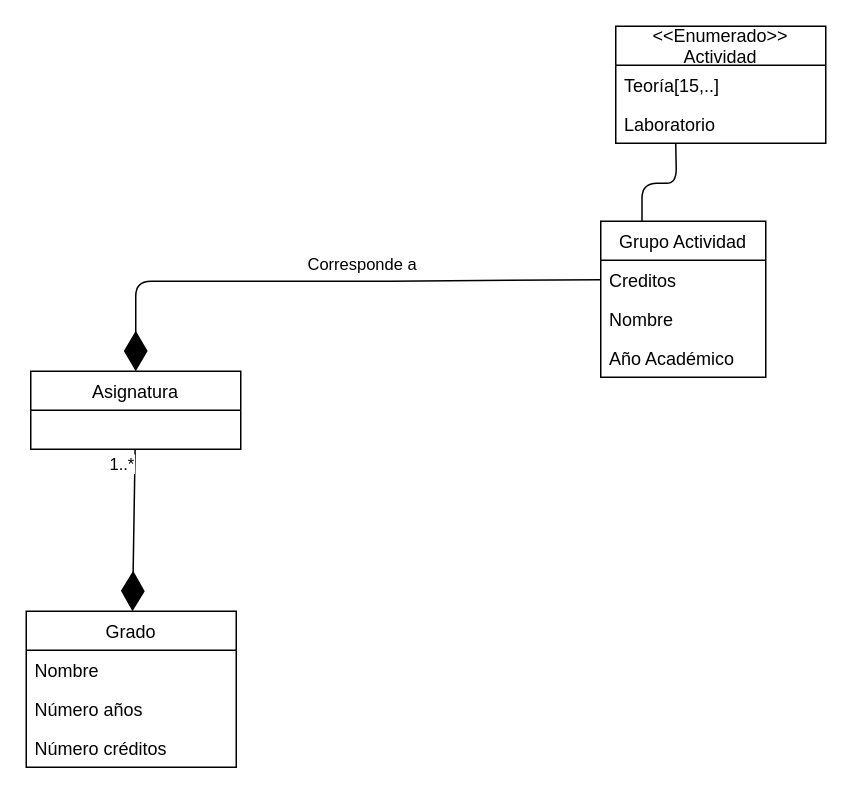
juanlo017/GUZZY keeps this draw.io diagram as page "Gestion de Grados" (5 of 5) of entregable1IISSI.drawio. Above is the earlier version. Source tidied: cells renumbered, new cells numbered last; positions are measured from the earlier drawing's top-left corner, leaving out a move shared by most shapes. Both pictures are drawn from the tidied source at 150%, with x=0, y=0 at pixel (26, 26).
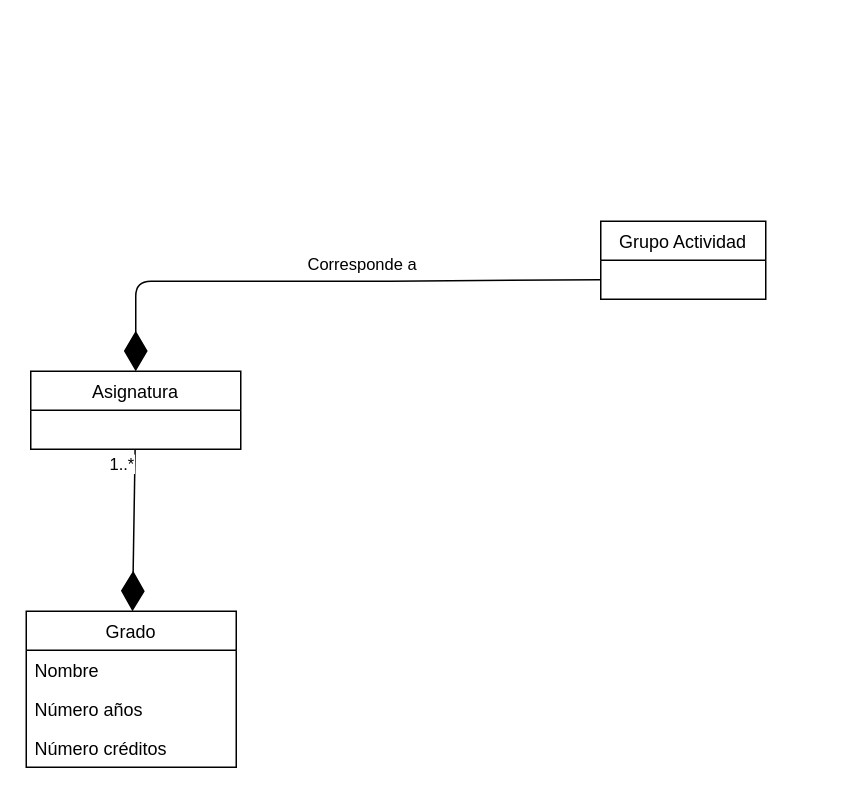
After the change.

The change refers to these unchanged cells:
```xml
<mxCell id="6" value="Asignatura" style="swimlane;fontStyle=0;horizontal=1;startSize=26;fillColor=none;" parent="1" vertex="1">
  <mxGeometry x="3" y="230" width="140" height="52" as="geometry" />
</mxCell>
```

The edit, as a diff of the source:
```diff
@@
     <mxCell id="9" value="Grupo Actividad" style="swimlane;fontStyle=0;horizontal=1;startSize=26;fillColor=none;" parent="1" vertex="1">
-      <mxGeometry x="383" y="130" width="110" height="104" as="geometry" />
+      <mxGeometry x="383" y="130" width="110" height="52" as="geometry" />
     </mxCell>
-    <mxCell id="10" value="Creditos" style="text;strokeColor=none;fillColor=none;align=left;verticalAlign=top;spacingLeft=4;spacingRight=4;overflow=hidden;points=[[0,0.5],[1,0.5]];portConstraint=eastwest;" parent="9" vertex="1">
-      <mxGeometry y="26" width="110" height="26" as="geometry" />
-    </mxCell>
-    <mxCell id="11" value="Nombre" style="text;strokeColor=none;fillColor=none;align=left;verticalAlign=top;spacingLeft=4;spacingRight=4;overflow=hidden;" parent="9" vertex="1">
-      <mxGeometry y="52" width="110" height="26" as="geometry" />
-    </mxCell>
-    <mxCell id="12" value="Año Académico" style="text;strokeColor=none;fillColor=none;align=left;verticalAlign=top;spacingLeft=4;spacingRight=4;overflow=hidden;" parent="9" vertex="1">
-      <mxGeometry y="78" width="110" height="26" as="geometry" />
-    </mxCell>
-    <mxCell id="13" value="&lt;&lt;Enumerado&gt;&gt;&#10;Actividad" style="swimlane;fontStyle=0;horizontal=1;startSize=26;fillColor=none;" parent="1" vertex="1">
-      <mxGeometry x="393" width="140" height="78" as="geometry" />
-    </mxCell>
-    <mxCell id="14" value="Teoría[15,..]" style="text;strokeColor=none;fillColor=none;align=left;verticalAlign=top;spacingLeft=4;spacingRight=4;overflow=hidden;" parent="13" vertex="1">
-      <mxGeometry y="26" width="140" height="26" as="geometry" />
-    </mxCell>
-    <mxCell id="15" value="Laboratorio" style="text;strokeColor=none;fillColor=none;align=left;verticalAlign=top;spacingLeft=4;spacingRight=4;overflow=hidden;" parent="13" vertex="1">
-      <mxGeometry y="52" width="140" height="26" as="geometry" />
-    </mxCell>
-    <mxCell id="16" style="endArrow=diamondThin;endFill=1;endSize=24;html=1;exitX=0;exitY=0.5;exitDx=0;exitDy=0;entryX=0.5;entryY=0;entryDx=0;entryDy=0;" parent="1" edge="1" source="10" target="6">
+    <mxCell id="16" style="endArrow=diamondThin;endFill=1;endSize=24;html=1;exitX=0;exitY=0.5;exitDx=0;exitDy=0;entryX=0.5;entryY=0;entryDx=0;entryDy=0;" parent="1" edge="1" target="6">
       <mxGeometry relative="1" as="geometry">
+        <mxPoint x="383" y="169" as="sourcePoint" />
         <Array as="points">
           <mxPoint x="233" y="170" />
           <mxPoint x="73" y="170" />
         </Array>
       </mxGeometry>
     </mxCell>
@@
-    <mxCell id="18" style="endArrow=none;html=1;edgeStyle=orthogonalEdgeStyle;exitX=0.25;exitY=0;exitDx=0;exitDy=0;" parent="1" edge="1" source="9">
-      <mxGeometry relative="1" as="geometry">
-        <mxPoint x="433" y="78.3" as="targetPoint" />
-      </mxGeometry>
-    </mxCell>
```
